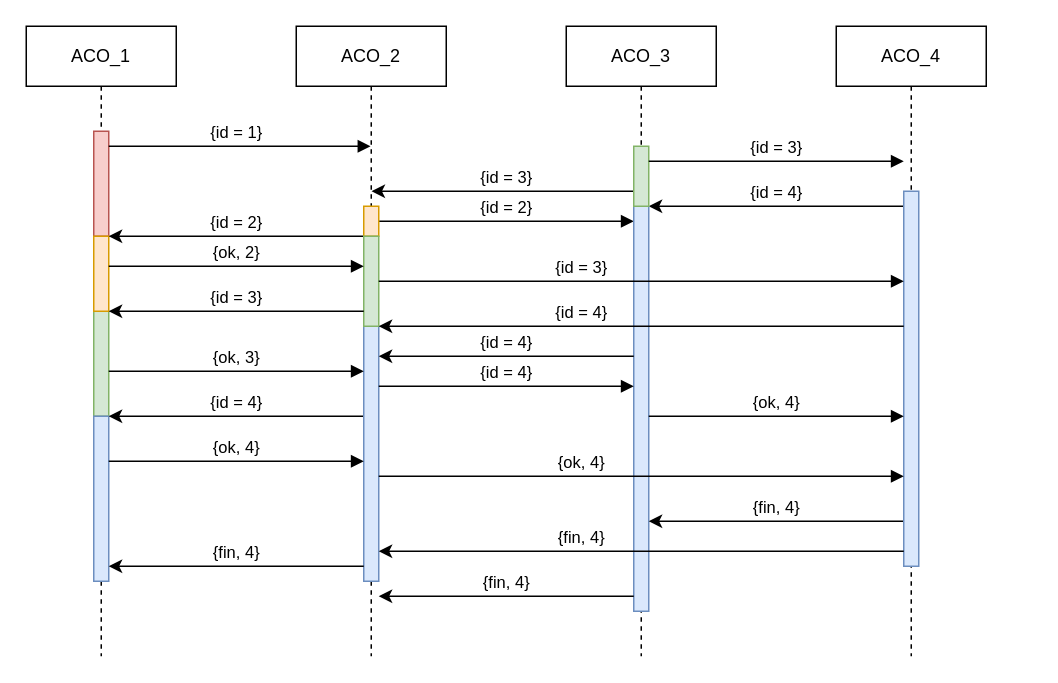
Above: page "Ticket Master Election" (2 of 4) of Relazione/diagrams/sequence_diagrams.drawio in kr0bi/distributed-systems (draw.io), before the change. Source tidied: cells renumbered, new cells numbered last; positions are measured from the earlier drawing's top-left corner, leaving out a move shared by most shapes. Both pictures are drawn from the tidied source at 150%, with x=0, y=0 at pixel (26, 26).
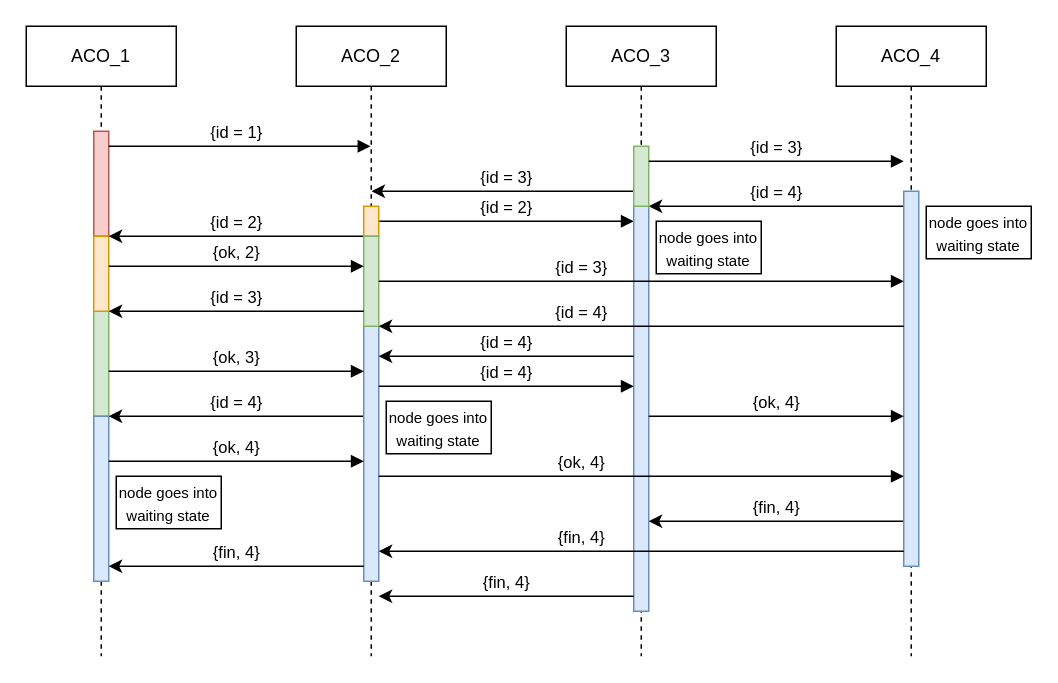
After the change.

Commit message (it also covers changes not shown here):
Added node addition diagram

Change to the diagram source:
```diff
@@
+    <mxCell id="37" value="&lt;font style=&quot;font-size: 10px;&quot;&gt;node goes into waiting state&lt;/font&gt;" style="rounded=0;whiteSpace=wrap;html=1;" parent="1" vertex="1">
+      <mxGeometry x="600" y="120" width="70" height="35" as="geometry" />
+    </mxCell>
+    <mxCell id="38" value="&lt;font style=&quot;font-size: 10px;&quot;&gt;node goes into waiting state&lt;/font&gt;" style="rounded=0;whiteSpace=wrap;html=1;" parent="1" vertex="1">
+      <mxGeometry x="420" y="130" width="70" height="35" as="geometry" />
+    </mxCell>
+    <mxCell id="39" value="&lt;font style=&quot;font-size: 10px;&quot;&gt;node goes into waiting state&lt;/font&gt;" style="rounded=0;whiteSpace=wrap;html=1;" parent="1" vertex="1">
+      <mxGeometry x="240" y="250" width="70" height="35" as="geometry" />
+    </mxCell>
+    <mxCell id="40" value="&lt;font style=&quot;font-size: 10px;&quot;&gt;node goes into waiting state&lt;/font&gt;" style="rounded=0;whiteSpace=wrap;html=1;" parent="1" vertex="1">
+      <mxGeometry x="60" y="300" width="70" height="35" as="geometry" />
+    </mxCell>
```
